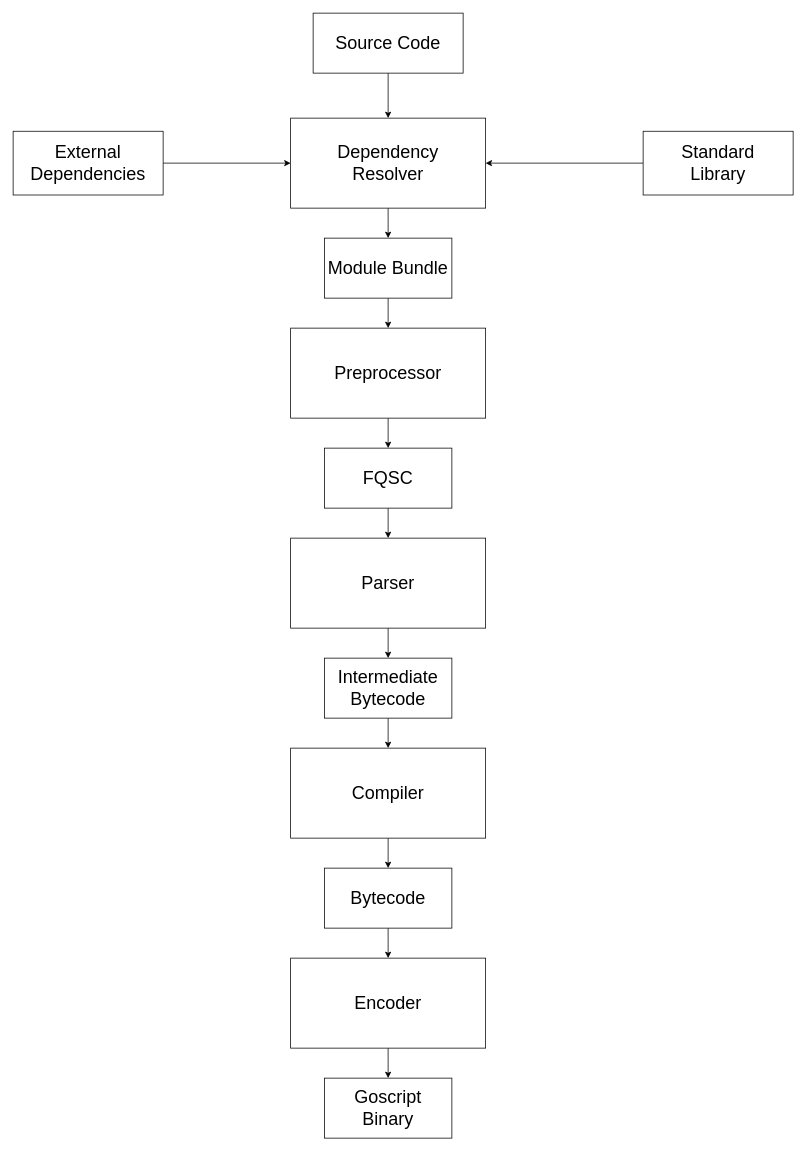
Earlier version of the draw.io diagram spec/goscript-compiler.drawio (Yoshi-Exeler/goscript). Source tidied: cells renumbered, new cells numbered last; positions are measured from the earlier drawing's top-left corner, leaving out a move shared by most shapes. Both pictures are drawn from the tidied source at 75%, with x=0, y=0 at pixel (13, 13).
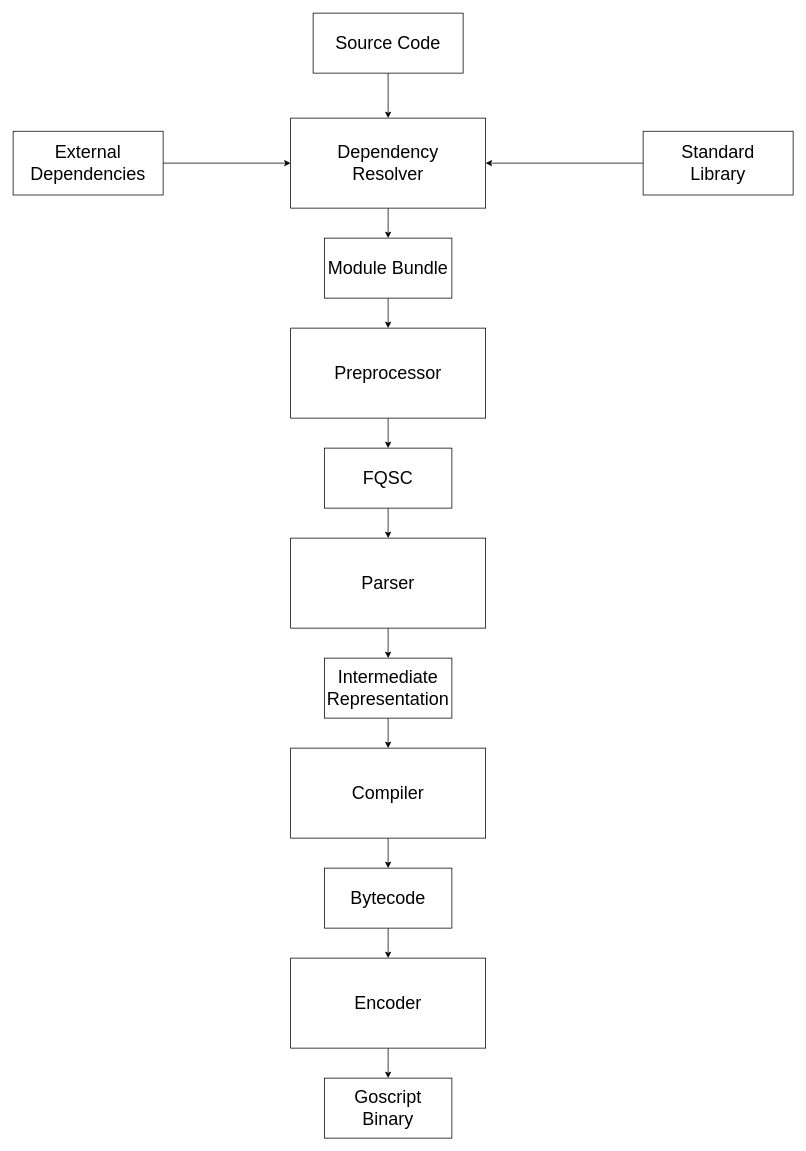
The same page after the edit.

Change to the diagram source:
```diff
@@
-    <mxCell id="19" value="&lt;font style=&quot;font-size: 24px;&quot;&gt;Intermediate&lt;br&gt;Bytecode&lt;br&gt;&lt;/font&gt;" style="rounded=0;whiteSpace=wrap;html=1;fontSize=18;" parent="1" vertex="1">
+    <mxCell id="19" value="&lt;font style=&quot;font-size: 24px;&quot;&gt;Intermediate&lt;br&gt;Representation&lt;br&gt;&lt;/font&gt;" style="rounded=0;whiteSpace=wrap;html=1;fontSize=18;" parent="1" vertex="1">
       <mxGeometry x="415" y="860" width="170" height="80" as="geometry" />
     </mxCell>
```
